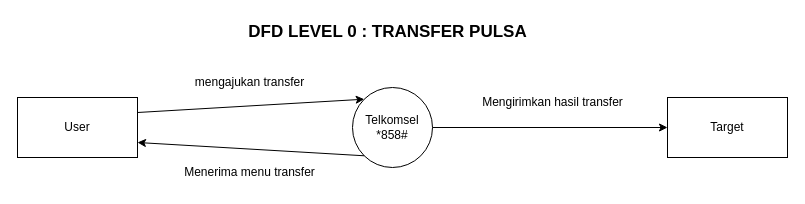
This is DFD_L0.drawio from TTNVXX/Diagram_PSPEC, a draw.io file, before an edit. Source tidied: cells renumbered, new cells numbered last; positions are measured from the earlier drawing's top-left corner, leaving out a move shared by most shapes. Both pictures are drawn from the tidied source at 100%, with x=0, y=0 at pixel (17, 17).
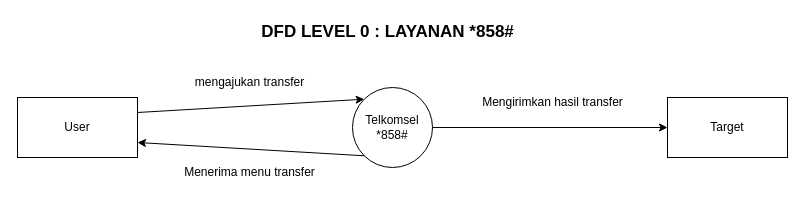
The same page after the edit.

What changed in the source:
```diff
@@
 <mxGraphModel>
   <root>
     <mxCell id="0" />
     <mxCell id="1" parent="0" />
     <mxCell id="2" value="Telkomsel&lt;br&gt;*858#" style="ellipse;whiteSpace=wrap;html=1;" parent="1" vertex="1">
       <mxGeometry x="335" y="70" width="80" height="80" as="geometry" />
     </mxCell>
     <mxCell id="3" value="User" style="rounded=0;whiteSpace=wrap;html=1;" parent="1" vertex="1">
       <mxGeometry y="80" width="120" height="60" as="geometry" />
     </mxCell>
     <mxCell id="4" value="Target" style="rounded=0;whiteSpace=wrap;html=1;" parent="1" vertex="1">
       <mxGeometry x="650" y="80" width="120" height="60" as="geometry" />
     </mxCell>
     <mxCell id="5" style="endArrow=classic;html=1;rounded=0;exitX=1;exitY=0.25;exitDx=0;exitDy=0;entryX=0;entryY=0;entryDx=0;entryDy=0;" parent="1" edge="1" source="3" target="2">
       <mxGeometry relative="1" as="geometry" />
     </mxCell>
     <mxCell id="6" style="endArrow=classic;html=1;rounded=0;entryX=0;entryY=0.5;entryDx=0;entryDy=0;exitX=1;exitY=0.5;exitDx=0;exitDy=0;" parent="1" edge="1" source="2" target="4">
       <mxGeometry relative="1" as="geometry" />
     </mxCell>
     <mxCell id="7" style="endArrow=classic;html=1;rounded=0;exitX=0;exitY=1;exitDx=0;exitDy=0;entryX=1;entryY=0.75;entryDx=0;entryDy=0;" parent="1" edge="1" source="2" target="3">
       <mxGeometry relative="1" as="geometry" />
     </mxCell>
     <mxCell id="8" value="mengajukan transfer" style="text;html=1;align=center;verticalAlign=middle;strokeColor=none;fillColor=none;" parent="1" vertex="1">
       <mxGeometry x="157" y="50" width="150" height="30" as="geometry" />
     </mxCell>
     <mxCell id="9" value="Menerima menu transfer" style="text;html=1;align=center;verticalAlign=middle;strokeColor=none;fillColor=none;" parent="1" vertex="1">
       <mxGeometry x="142" y="140" width="180" height="30" as="geometry" />
     </mxCell>
     <mxCell id="10" value="Mengirimkan hasil transfer" style="text;html=1;align=center;verticalAlign=middle;strokeColor=none;fillColor=none;" parent="1" vertex="1">
       <mxGeometry x="440" y="70" width="190" height="30" as="geometry" />
     </mxCell>
-    <mxCell id="11" value="&lt;b&gt;&lt;font style=&quot;font-size: 17px;&quot;&gt;DFD LEVEL 0 : TRANSFER PULSA&lt;/font&gt;&lt;/b&gt;" style="text;html=1;align=center;verticalAlign=middle;strokeColor=none;fillColor=none;" parent="1" vertex="1">
-      <mxGeometry x="220" width="300" height="30" as="geometry" />
+    <mxCell id="11" value="&lt;b&gt;&lt;font style=&quot;font-size: 17px;&quot;&gt;DFD LEVEL 0 : LAYANAN *858#&lt;/font&gt;&lt;/b&gt;" style="text;html=1;align=center;verticalAlign=middle;strokeColor=none;fillColor=none;" parent="1" vertex="1">
+      <mxGeometry x="230" width="280" height="30" as="geometry" />
     </mxCell>
   </root>
 </mxGraphModel>
```
